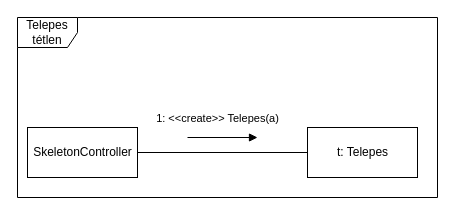
Before: doc/kommunikacio/kom_TelepesTetlen.drawio in torpeBoiGo/aszteroidabanyaszat, a draw.io diagram. Source tidied: cells renumbered, new cells numbered last; positions are measured from the earlier drawing's top-left corner, leaving out a move shared by most shapes. Both pictures are drawn from the tidied source at 100%, with x=0, y=0 at pixel (17, 17).
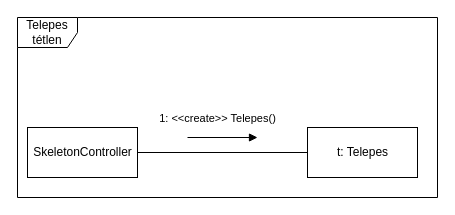
The same diagram, later.

The edit, as a diff of the source:
```diff
@@
 <mxGraphModel>
   <root>
     <mxCell id="0" />
     <mxCell id="1" parent="0" />
     <mxCell id="2" value="Telepes tétlen" style="shape=umlFrame;whiteSpace=wrap;html=1;" parent="1" vertex="1">
       <mxGeometry width="420" height="180" as="geometry" />
     </mxCell>
     <mxCell id="3" value="SkeletonController" style="html=1;" parent="1" vertex="1">
       <mxGeometry x="10" y="110" width="110" height="50" as="geometry" />
     </mxCell>
     <mxCell id="4" value="t: Telepes" style="html=1;" parent="1" vertex="1">
       <mxGeometry x="290" y="110" width="110" height="50" as="geometry" />
     </mxCell>
     <mxCell id="5" style="html=1;verticalAlign=bottom;endArrow=none;endFill=0;" parent="1" edge="1" source="3" target="4">
       <mxGeometry relative="1" as="geometry" />
     </mxCell>
-    <mxCell id="6" value="1: &amp;lt;&amp;lt;create&amp;gt;&amp;gt; Telepes(a)" style="html=1;verticalAlign=bottom;endArrow=block;" parent="1" edge="1">
+    <mxCell id="6" value="1: &amp;lt;&amp;lt;create&amp;gt;&amp;gt; Telepes()" style="html=1;verticalAlign=bottom;endArrow=block;" parent="1" edge="1">
       <mxGeometry x="-0.14" y="10" relative="1" as="geometry">
         <mxPoint x="170" y="120" as="sourcePoint" />
         <mxPoint x="240" y="120" as="targetPoint" />
       </mxGeometry>
     </mxCell>
   </root>
 </mxGraphModel>
```
